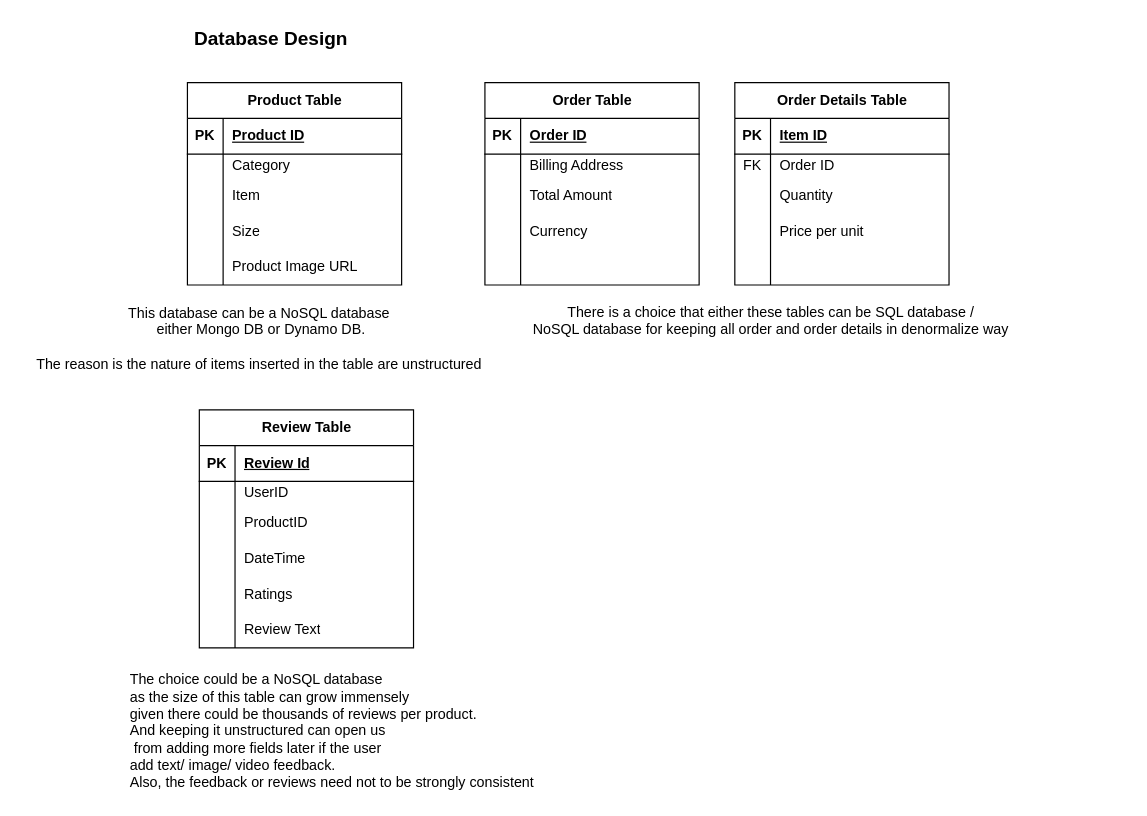
Earlier version of the draw.io diagram EcomSystemDesign.drawio (anshul1790/system-design-playground). Source tidied: cells renumbered, new cells numbered last; positions are measured from the earlier drawing's top-left corner, leaving out a move shared by most shapes. Both pictures are drawn from the tidied source at 119%, with x=0, y=0 at pixel (20, 20).
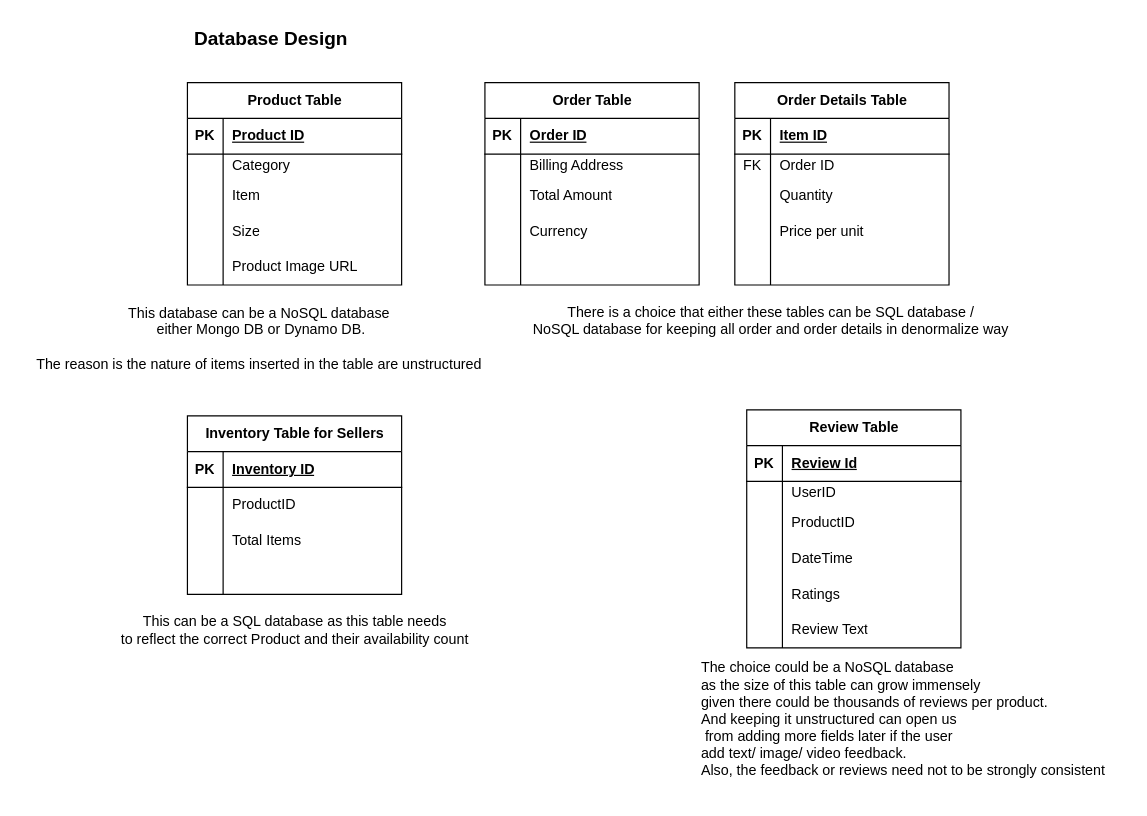
The same page after the edit.

Change to the diagram source:
```diff
@@
     <mxCell id="53" value="Review Table" style="shape=table;startSize=30;childLayout=tableLayout;rowLines=0;fontStyle=1;align=center;html=1;" parent="1" vertex="1">
-      <mxGeometry x="150" y="327" width="180" height="200" as="geometry" />
+      <mxGeometry x="610" y="327" width="180" height="200" as="geometry" />
     </mxCell>
@@
     <mxCell id="72" value="The choice could be a NoSQL database&lt;div&gt;as the size of this table can grow immensely&lt;/div&gt;&lt;div&gt;given there could be thousands of reviews per product.&amp;nbsp;&lt;/div&gt;&lt;div&gt;And keeping it unstructured can open us&lt;/div&gt;&lt;div&gt;&amp;nbsp;from adding more fields later if the user&lt;/div&gt;&lt;div&gt;add text/ image/ video feedback.&lt;/div&gt;&lt;div&gt;Also, the feedback or reviews need not to be strongly consistent&lt;/div&gt;" style="text;html=1;align=left;verticalAlign=middle;strokeColor=none;fillColor=none;" parent="1" vertex="1">
-      <mxGeometry x="90" y="542" width="360" height="110" as="geometry" />
+      <mxGeometry x="570" y="532" width="360" height="110" as="geometry" />
     </mxCell>
+    <mxCell id="73" value="Inventory Table for Sellers" style="shape=table;startSize=30;childLayout=tableLayout;rowLines=0;fontStyle=1;align=center;html=1;" parent="1" vertex="1">
+      <mxGeometry x="140" y="332" width="180" height="150" as="geometry" />
+    </mxCell>
+    <mxCell id="74" style="shape=tableRow;horizontal=0;startSize=0;swimlaneHead=0;swimlaneBody=0;fillColor=none;top=0;left=0;right=0;bottom=1;" parent="73" vertex="1">
+      <mxGeometry y="30" width="180" height="30" as="geometry" />
+    </mxCell>
+    <mxCell id="75" value="PK" style="shape=partialRectangle;fillColor=none;top=0;left=0;bottom=0;right=0;fontStyle=1;overflow=hidden;whiteSpace=wrap;html=1;" parent="74" vertex="1">
+      <mxGeometry width="30" height="30" as="geometry" />
+    </mxCell>
+    <mxCell id="76" value="Inventory ID" style="shape=partialRectangle;fillColor=none;top=0;left=0;bottom=0;right=0;align=left;spacingLeft=6;fontStyle=5;overflow=hidden;whiteSpace=wrap;html=1;" parent="74" vertex="1">
+      <mxGeometry x="30" width="150" height="30" as="geometry" />
+    </mxCell>
+    <mxCell id="77" style="shape=tableRow;horizontal=0;startSize=0;swimlaneHead=0;swimlaneBody=0;fillColor=none;top=0;left=0;right=0;bottom=0;" parent="73" vertex="1">
+      <mxGeometry y="60" width="180" height="30" as="geometry" />
+    </mxCell>
+    <mxCell id="78" style="shape=partialRectangle;fillColor=none;top=0;left=0;bottom=0;right=0;overflow=hidden;whiteSpace=wrap;html=1;" parent="77" vertex="1">
+      <mxGeometry width="30" height="30" as="geometry" />
+    </mxCell>
+    <mxCell id="79" value="ProductID" style="shape=partialRectangle;fillColor=none;top=0;left=0;bottom=0;right=0;align=left;spacingLeft=6;overflow=hidden;whiteSpace=wrap;html=1;" parent="77" vertex="1">
+      <mxGeometry x="30" width="150" height="30" as="geometry" />
+    </mxCell>
+    <mxCell id="80" style="shape=tableRow;horizontal=0;startSize=0;swimlaneHead=0;swimlaneBody=0;fillColor=none;top=0;left=0;right=0;bottom=0;" parent="73" vertex="1">
+      <mxGeometry y="90" width="180" height="30" as="geometry" />
+    </mxCell>
+    <mxCell id="81" style="shape=partialRectangle;fillColor=none;top=0;left=0;bottom=0;right=0;overflow=hidden;whiteSpace=wrap;html=1;" parent="80" vertex="1">
+      <mxGeometry width="30" height="30" as="geometry" />
+    </mxCell>
+    <mxCell id="82" value="Total Items" style="shape=partialRectangle;fillColor=none;top=0;left=0;bottom=0;right=0;align=left;spacingLeft=6;overflow=hidden;whiteSpace=wrap;html=1;" parent="80" vertex="1">
+      <mxGeometry x="30" width="150" height="30" as="geometry" />
+    </mxCell>
+    <mxCell id="83" style="shape=tableRow;horizontal=0;startSize=0;swimlaneHead=0;swimlaneBody=0;fillColor=none;top=0;left=0;right=0;bottom=0;" parent="73" vertex="1">
+      <mxGeometry y="120" width="180" height="30" as="geometry" />
+    </mxCell>
+    <mxCell id="84" style="shape=partialRectangle;fillColor=none;top=0;left=0;bottom=0;right=0;overflow=hidden;whiteSpace=wrap;html=1;" parent="83" vertex="1">
+      <mxGeometry width="30" height="30" as="geometry" />
+    </mxCell>
+    <mxCell id="85" style="shape=partialRectangle;fillColor=none;top=0;left=0;bottom=0;right=0;align=left;spacingLeft=6;overflow=hidden;whiteSpace=wrap;html=1;" parent="83" vertex="1">
+      <mxGeometry x="30" width="150" height="30" as="geometry" />
+    </mxCell>
+    <mxCell id="86" value="This can be a SQL database as this table needs&lt;div&gt;to reflect the correct Product and their availability count&lt;/div&gt;" style="text;html=1;align=center;verticalAlign=middle;strokeColor=none;fillColor=none;" parent="1" vertex="1">
+      <mxGeometry x="70" y="492" width="320" height="40" as="geometry" />
+    </mxCell>
```
